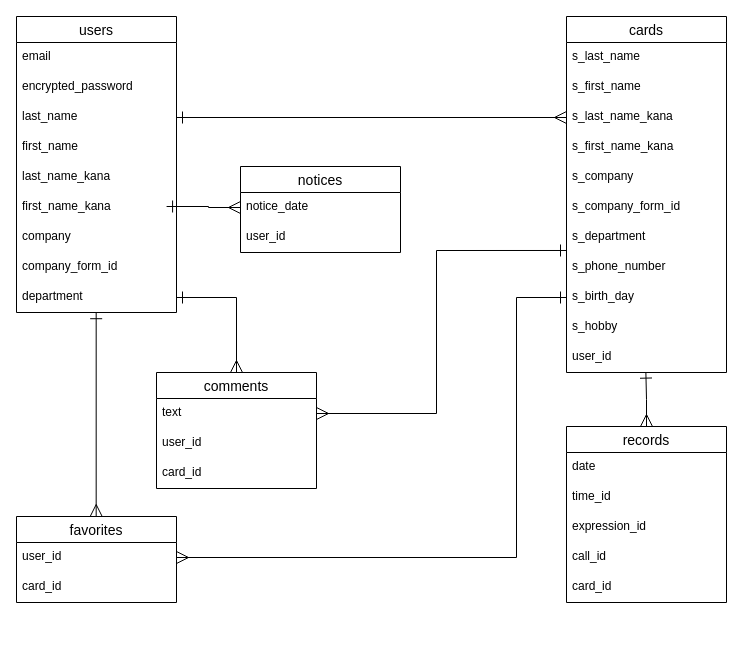
yuyakawai0411/s-alert keeps this draw.io diagram as alert.dio. Above is the earlier version. Source tidied: cells renumbered, new cells numbered last; positions are measured from the earlier drawing's top-left corner, leaving out a move shared by most shapes. Both pictures are drawn from the tidied source at 100%, with x=0, y=0 at pixel (16, 16).
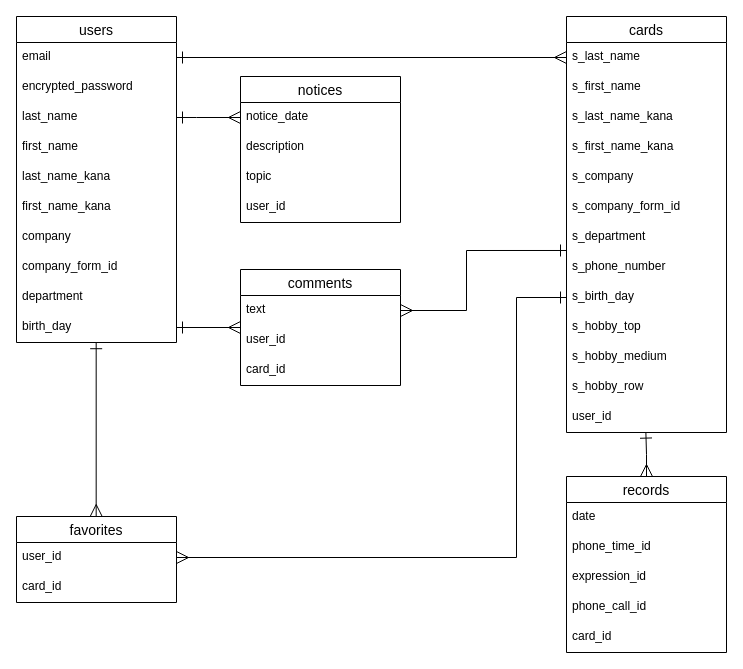
Above is the later version.

Unchanged cells that the change refers to:
```xml
<mxCell id="3" value="email" style="text;strokeColor=none;fillColor=none;spacingLeft=4;spacingRight=4;overflow=hidden;points=[[0,0.5],[1,0.5]];portConstraint=eastwest;fontSize=12;" parent="2" vertex="1">
  <mxGeometry y="26" width="160" height="30" as="geometry" />
</mxCell>
<mxCell id="5" value="last_name" style="text;strokeColor=none;fillColor=none;spacingLeft=4;spacingRight=4;overflow=hidden;points=[[0,0.5],[1,0.5]];portConstraint=eastwest;fontSize=12;" parent="2" vertex="1">
  <mxGeometry y="86" width="160" height="30" as="geometry" />
</mxCell>
<mxCell id="8" value="first_name_kana" style="text;strokeColor=none;fillColor=none;spacingLeft=4;spacingRight=4;overflow=hidden;points=[[0,0.5],[1,0.5]];portConstraint=eastwest;fontSize=12;" parent="2" vertex="1">
  <mxGeometry y="176" width="160" height="30" as="geometry" />
</mxCell>
<mxCell id="13" value="s_last_name" style="text;strokeColor=none;fillColor=none;spacingLeft=4;spacingRight=4;overflow=hidden;points=[[0,0.5],[1,0.5]];portConstraint=eastwest;fontSize=12;" parent="12" vertex="1">
  <mxGeometry y="26" width="160" height="30" as="geometry" />
</mxCell>
<mxCell id="15" value="s_last_name_kana" style="text;strokeColor=none;fillColor=none;spacingLeft=4;spacingRight=4;overflow=hidden;points=[[0,0.5],[1,0.5]];portConstraint=eastwest;fontSize=12;" parent="12" vertex="1">
  <mxGeometry y="86" width="160" height="30" as="geometry" />
</mxCell>
<mxCell id="19" value="s_department" style="text;strokeColor=none;fillColor=none;spacingLeft=4;spacingRight=4;overflow=hidden;points=[[0,0.5],[1,0.5]];portConstraint=eastwest;fontSize=12;" parent="12" vertex="1">
  <mxGeometry y="206" width="160" height="30" as="geometry" />
</mxCell>
<mxCell id="38" value="notice_date" style="text;strokeColor=none;fillColor=none;spacingLeft=4;spacingRight=4;overflow=hidden;points=[[0,0.5],[1,0.5]];portConstraint=eastwest;fontSize=12;" parent="37" vertex="1">
  <mxGeometry y="26" width="160" height="30" as="geometry" />
</mxCell>
<mxCell id="42" value="text" style="text;strokeColor=none;fillColor=none;spacingLeft=4;spacingRight=4;overflow=hidden;points=[[0,0.5],[1,0.5]];portConstraint=eastwest;fontSize=12;" parent="41" vertex="1">
  <mxGeometry y="26" width="160" height="30" as="geometry" />
</mxCell>
```

The edit, as a diff of the source:
```diff
@@
     <mxCell id="2" value="users" style="swimlane;fontStyle=0;horizontal=1;startSize=26;align=center;fontSize=14;" parent="1" vertex="1">
-      <mxGeometry width="160" height="296" as="geometry" />
+      <mxGeometry width="160" height="326" as="geometry" />
     </mxCell>
@@
+    <mxCell id="47" value="department" style="text;strokeColor=none;fillColor=none;spacingLeft=4;spacingRight=4;overflow=hidden;fontSize=12;" parent="2" vertex="1">
+      <mxGeometry y="266" width="160" height="30" as="geometry" />
+    </mxCell>
-    <mxCell id="11" value="department" style="text;strokeColor=none;fillColor=none;spacingLeft=4;spacingRight=4;overflow=hidden;points=[[0,0.5],[1,0.5]];portConstraint=eastwest;fontSize=12;" parent="2" vertex="1">
-      <mxGeometry y="266" width="160" height="30" as="geometry" />
+    <mxCell id="11" value="birth_day" style="text;strokeColor=none;fillColor=none;spacingLeft=4;spacingRight=4;overflow=hidden;points=[[0,0.5],[1,0.5]];portConstraint=eastwest;fontSize=12;" parent="2" vertex="1">
+      <mxGeometry y="296" width="160" height="30" as="geometry" />
     </mxCell>
     <mxCell id="12" value="cards" style="swimlane;fontStyle=0;horizontal=1;startSize=26;align=center;fontSize=14;" parent="1" vertex="1">
-      <mxGeometry x="550" width="160" height="356" as="geometry" />
+      <mxGeometry x="550" width="160" height="416" as="geometry" />
     </mxCell>
@@
+    <mxCell id="48" value="s_hobby_top" style="text;strokeColor=none;fillColor=none;spacingLeft=4;spacingRight=4;overflow=hidden;fontSize=12;" parent="12" vertex="1">
+      <mxGeometry y="296" width="160" height="30" as="geometry" />
+    </mxCell>
+    <mxCell id="49" value="s_hobby_medium" style="text;strokeColor=none;fillColor=none;spacingLeft=4;spacingRight=4;overflow=hidden;fontSize=12;" parent="12" vertex="1">
+      <mxGeometry y="326" width="160" height="30" as="geometry" />
+    </mxCell>
-    <mxCell id="22" value="s_hobby" style="text;strokeColor=none;fillColor=none;spacingLeft=4;spacingRight=4;overflow=hidden;fontSize=12;" parent="12" vertex="1">
-      <mxGeometry y="296" width="160" height="30" as="geometry" />
+    <mxCell id="22" value="s_hobby_row" style="text;strokeColor=none;fillColor=none;spacingLeft=4;spacingRight=4;overflow=hidden;fontSize=12;" parent="12" vertex="1">
+      <mxGeometry y="356" width="160" height="30" as="geometry" />
     </mxCell>
     <mxCell id="23" value="user_id" style="text;strokeColor=none;fillColor=none;spacingLeft=4;spacingRight=4;overflow=hidden;points=[[0,0.5],[1,0.5]];portConstraint=eastwest;fontSize=12;" parent="12" vertex="1">
-      <mxGeometry y="326" width="160" height="30" as="geometry" />
+      <mxGeometry y="386" width="160" height="30" as="geometry" />
     </mxCell>
@@
-    <mxCell id="28" style="edgeStyle=orthogonalEdgeStyle;rounded=0;jettySize=auto;html=1;entryX=0;entryY=0.5;entryDx=0;entryDy=0;startArrow=ERone;startFill=0;endArrow=ERmany;endFill=0;strokeWidth=1;startSize=10;endSize=10;" parent="1" edge="1" source="5" target="15">
+    <mxCell id="28" style="edgeStyle=orthogonalEdgeStyle;rounded=0;jettySize=auto;html=1;entryX=0;entryY=0.5;entryDx=0;entryDy=0;startArrow=ERone;startFill=0;endArrow=ERmany;endFill=0;strokeWidth=1;startSize=10;endSize=10;exitX=1;exitY=0.5;exitDx=0;exitDy=0;" parent="1" edge="1" source="3" target="13">
       <mxGeometry relative="1" as="geometry" />
     </mxCell>
@@
     <mxCell id="31" value="records" style="swimlane;fontStyle=0;horizontal=1;startSize=26;align=center;fontSize=14;" parent="1" vertex="1">
-      <mxGeometry x="550" y="410" width="160" height="176" as="geometry" />
+      <mxGeometry x="550" y="460" width="160" height="176" as="geometry" />
     </mxCell>
@@
-    <mxCell id="33" value="time_id" style="text;strokeColor=none;fillColor=none;spacingLeft=4;spacingRight=4;overflow=hidden;fontSize=12;" parent="31" vertex="1">
+    <mxCell id="33" value="phone_time_id" style="text;strokeColor=none;fillColor=none;spacingLeft=4;spacingRight=4;overflow=hidden;fontSize=12;" parent="31" vertex="1">
       <mxGeometry y="56" width="160" height="30" as="geometry" />
     </mxCell>
@@
-    <mxCell id="35" value="call_id" style="text;strokeColor=none;fillColor=none;spacingLeft=4;spacingRight=4;overflow=hidden;fontSize=12;" parent="31" vertex="1">
+    <mxCell id="35" value="phone_call_id" style="text;strokeColor=none;fillColor=none;spacingLeft=4;spacingRight=4;overflow=hidden;fontSize=12;" parent="31" vertex="1">
       <mxGeometry y="116" width="160" height="30" as="geometry" />
     </mxCell>
@@
     <mxCell id="37" value="notices" style="swimlane;fontStyle=0;horizontal=1;startSize=26;align=center;fontSize=14;" parent="1" vertex="1">
-      <mxGeometry x="224" y="150" width="160" height="86" as="geometry" />
+      <mxGeometry x="224" y="60" width="160" height="146" as="geometry" />
     </mxCell>
@@
+    <mxCell id="50" value="description" style="text;strokeColor=none;fillColor=none;spacingLeft=4;spacingRight=4;overflow=hidden;fontSize=12;" parent="37" vertex="1">
+      <mxGeometry y="56" width="160" height="30" as="geometry" />
+    </mxCell>
+    <mxCell id="51" value="topic" style="text;strokeColor=none;fillColor=none;spacingLeft=4;spacingRight=4;overflow=hidden;fontSize=12;" parent="37" vertex="1">
+      <mxGeometry y="86" width="160" height="30" as="geometry" />
+    </mxCell>
     <mxCell id="39" value="user_id" style="text;strokeColor=none;fillColor=none;spacingLeft=4;spacingRight=4;overflow=hidden;fontSize=12;" parent="37" vertex="1">
-      <mxGeometry y="56" width="160" height="30" as="geometry" />
+      <mxGeometry y="116" width="160" height="30" as="geometry" />
     </mxCell>
@@
     <mxCell id="41" value="comments" style="swimlane;fontStyle=0;horizontal=1;startSize=26;align=center;fontSize=14;" parent="1" vertex="1">
-      <mxGeometry x="140" y="356" width="160" height="116" as="geometry" />
+      <mxGeometry x="224" y="253" width="160" height="116" as="geometry" />
     </mxCell>
@@
     <mxCell id="45" style="edgeStyle=orthogonalEdgeStyle;rounded=0;jettySize=auto;html=1;entryX=0;entryY=0.933;entryDx=0;entryDy=0;entryPerimeter=0;startArrow=ERmany;startFill=0;endArrow=ERone;endFill=0;startSize=10;endSize=10;exitX=1;exitY=0.5;exitDx=0;exitDy=0;" parent="1" edge="1" source="42" target="19">
       <mxGeometry relative="1" as="geometry">
         <Array as="points">
-          <mxPoint x="420" y="397" />
-          <mxPoint x="420" y="234" />
+          <mxPoint x="450" y="294" />
+          <mxPoint x="450" y="234" />
         </Array>
       </mxGeometry>
     </mxCell>
-    <mxCell id="46" style="edgeStyle=orthogonalEdgeStyle;rounded=0;jettySize=auto;html=1;entryX=0.938;entryY=0.467;entryDx=0;entryDy=0;entryPerimeter=0;startArrow=ERmany;startFill=0;endArrow=ERone;endFill=0;startSize=10;endSize=10;" parent="1" edge="1" source="38" target="8">
-      <mxGeometry relative="1" as="geometry" />
+    <mxCell id="46" style="edgeStyle=orthogonalEdgeStyle;rounded=0;jettySize=auto;html=1;entryX=1;entryY=0.5;entryDx=0;entryDy=0;startArrow=ERmany;startFill=0;endArrow=ERone;endFill=0;startSize=10;endSize=10;" parent="1" edge="1" source="38" target="5">
+      <mxGeometry relative="1" as="geometry">
+        <Array as="points">
+          <mxPoint x="180" y="101" />
+          <mxPoint x="180" y="101" />
+        </Array>
+      </mxGeometry>
     </mxCell>
```
